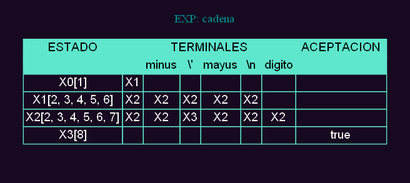
Above: ExRegan1/REPORTES/TRANSICIONES_202100953/Tabla_transiciones_cadena.png in Damaris-Muralles/OLC_ExRegan (Graphviz), before the change. Its source is kept beside it as ExRegan1/REPORTES/TRANSICIONES_202100953/Tabla_transiciones_cadena.dot. Its diagram source:
```dot
digraph G {

    fontcolor="cyan4"
    bgcolor="#170920"
    node [fontname="Helvetica,Arial,sans-serif", shape=none, ordering="in"]
    label=" "

    subgraph cluster01{
        color="#170920"
        label="EXP: cadena"
        n0 [label = <
                <table border="0" cellspacing="0" cellborder="1" color="#5ee7cd">
                    <tr>
                    <td  align="center" bgcolor="#5ee7cd"><font color="black"> ESTADO </font></td>
                    <td  colspan="6" align="center" bgcolor="#5ee7cd"><font color="black"> TERMINALES </font></td>
                    <td  align="center" bgcolor="#5ee7cd"><font color="black"> ACEPTACION </font></td>
                    </tr>
                    <tr>
                    <td  align="center" bgcolor="#5ee7cd"><font color="black">  </font></td>
                    <td  align="center" bgcolor="#5ee7cd"><font color="black"> </font></td>
                    <td  align="center" bgcolor="#5ee7cd"><font color="black">minus</font></td>
                    <td  align="center" bgcolor="#5ee7cd"><font color="black">\'</font></td>
                    <td  align="center" bgcolor="#5ee7cd"><font color="black">mayus</font></td>
                    <td  align="center" bgcolor="#5ee7cd"><font color="black">\n</font></td>
                    <td  align="center" bgcolor="#5ee7cd"><font color="black">digito</font></td>
                    <td  align="center" bgcolor="#5ee7cd"><font color="black">  </font></td>
                    </tr>
<tr>
                    <td><font color="white" align="center">X0[1]</font></td>
                    <td align="center"><font color="white">X1</font></td>
                    <td align="center"><font color="white"> </font></td>
                    <td align="center"><font color="white"> </font></td>
                    <td align="center"><font color="white"> </font></td>
                    <td align="center"><font color="white"> </font></td>
                    <td align="center"><font color="white"> </font></td>
                    <td ><font color="white" align="center"> </font></td>
                    </tr><tr>
                    <td><font color="white" align="center">X1[2, 3, 4, 5, 6]</font></td>
                    <td align="center"><font color="white">X2</font></td>
                    <td align="center"><font color="white">X2</font></td>
                    <td align="center"><font color="white">X2</font></td>
                    <td align="center"><font color="white">X2</font></td>
                    <td align="center"><font color="white">X2</font></td>
                    <td align="center"><font color="white"> </font></td>
                    <td ><font color="white" align="center"> </font></td>
                    </tr><tr>
                    <td><font color="white" align="center">X2[2, 3, 4, 5, 6, 7]</font></td>
                    <td align="center"><font color="white">X2</font></td>
                    <td align="center"><font color="white">X2</font></td>
                    <td align="center"><font color="white">X3</font></td>
                    <td align="center"><font color="white">X2</font></td>
                    <td align="center"><font color="white">X2</font></td>
                    <td align="center"><font color="white">X2</font></td>
                    <td ><font color="white" align="center"> </font></td>
                    </tr><tr>
                    <td><font color="white" align="center">X3[8]</font></td>
                    <td align="center"><font color="white"> </font></td>
                    <td align="center"><font color="white"> </font></td>
                    <td align="center"><font color="white"> </font></td>
                    <td align="center"><font color="white"> </font></td>
                    <td align="center"><font color="white"> </font></td>
                    <td align="center"><font color="white"> </font></td>
                    <td ><font color="white" align="center">true</font></td>
                    </tr>                </table>
        > ] ;
    }
}
```
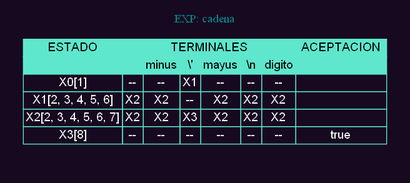
Above is the later version.

What changed in the source:
```diff
@@ -27,21 +27,21 @@
                     </tr>
 <tr>
                     <td><font color="white" align="center">X0[1]</font></td>
+                    <td align="center"><font color="white"> -- </font></td>
+                    <td align="center"><font color="white"> -- </font></td>
                     <td align="center"><font color="white">X1</font></td>
-                    <td align="center"><font color="white"> </font></td>
-                    <td align="center"><font color="white"> </font></td>
-                    <td align="center"><font color="white"> </font></td>
-                    <td align="center"><font color="white"> </font></td>
-                    <td align="center"><font color="white"> </font></td>
+                    <td align="center"><font color="white"> -- </font></td>
+                    <td align="center"><font color="white"> -- </font></td>
+                    <td align="center"><font color="white"> -- </font></td>
                     <td ><font color="white" align="center"> </font></td>
                     </tr><tr>
                     <td><font color="white" align="center">X1[2, 3, 4, 5, 6]</font></td>
                     <td align="center"><font color="white">X2</font></td>
                     <td align="center"><font color="white">X2</font></td>
+                    <td align="center"><font color="white"> -- </font></td>
                     <td align="center"><font color="white">X2</font></td>
                     <td align="center"><font color="white">X2</font></td>
                     <td align="center"><font color="white">X2</font></td>
-                    <td align="center"><font color="white"> </font></td>
                     <td ><font color="white" align="center"> </font></td>
                     </tr><tr>
                     <td><font color="white" align="center">X2[2, 3, 4, 5, 6, 7]</font></td>
@@ -54,12 +54,12 @@
                     <td ><font color="white" align="center"> </font></td>
                     </tr><tr>
                     <td><font color="white" align="center">X3[8]</font></td>
-                    <td align="center"><font color="white"> </font></td>
-                    <td align="center"><font color="white"> </font></td>
-                    <td align="center"><font color="white"> </font></td>
-                    <td align="center"><font color="white"> </font></td>
-                    <td align="center"><font color="white"> </font></td>
-                    <td align="center"><font color="white"> </font></td>
+                    <td align="center"><font color="white"> -- </font></td>
+                    <td align="center"><font color="white"> -- </font></td>
+                    <td align="center"><font color="white"> -- </font></td>
+                    <td align="center"><font color="white"> -- </font></td>
+                    <td align="center"><font color="white"> -- </font></td>
+                    <td align="center"><font color="white"> -- </font></td>
                     <td ><font color="white" align="center">true</font></td>
                     </tr>                </table>
         > ] ;
```
